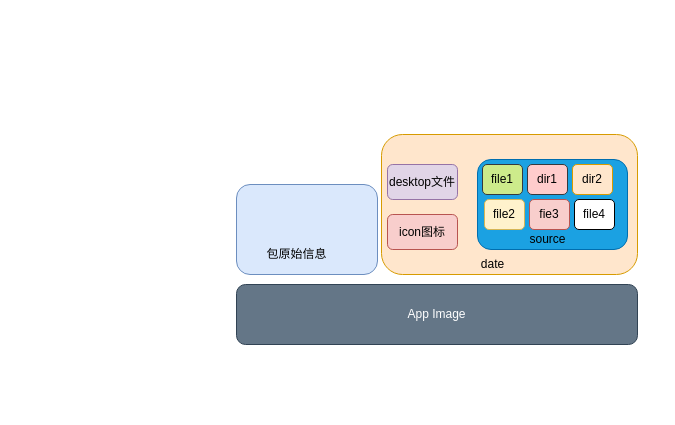
Earlier version of the draw.io diagram lmgpackage.drawio (Doorer/draw.io-1). Source tidied: cells renumbered, new cells numbered last; positions are measured from the earlier drawing's top-left corner, leaving out a move shared by most shapes. Both pictures are drawn from the tidied source at 100%, with x=0, y=0 at pixel (236, 134).
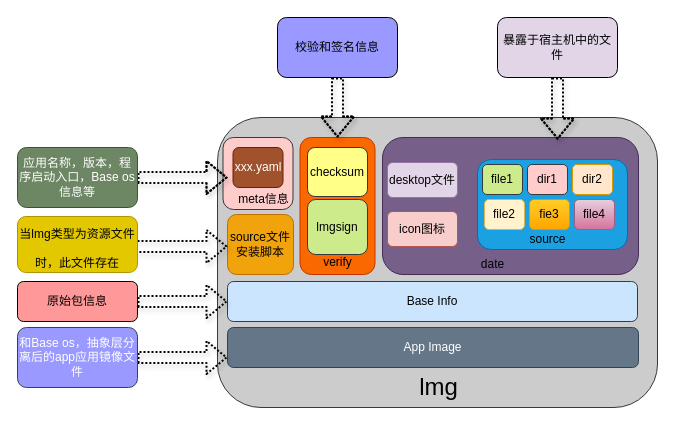
The same page after the edit.

The edit, as a diff of the source:
```diff
@@
+    <mxCell id="17" style="rounded=1;whiteSpace=wrap;html=1;fillColor=#CCCCCC;strokeColor=#36393d;" parent="1" vertex="1">
+      <mxGeometry x="-19" y="-17" width="440" height="290" as="geometry" />
+    </mxCell>
+    <mxCell id="18" value="Base Info" style="rounded=1;whiteSpace=wrap;html=1;fillColor=#cce5ff;strokeColor=#36393d;" parent="1" vertex="1">
+      <mxGeometry x="-9" y="147" width="410" height="40" as="geometry" />
+    </mxCell>
     <mxCell id="2" value="App Image" style="rounded=1;whiteSpace=wrap;html=1;fillColor=#647687;strokeColor=#314354;fontColor=#ffffff;" parent="1" vertex="1">
-      <mxGeometry y="150" width="401" height="60" as="geometry" />
+      <mxGeometry x="-9" y="193" width="411" height="40" as="geometry" />
     </mxCell>
-    <mxCell id="3" style="rounded=1;whiteSpace=wrap;html=1;fillColor=#dae8fc;strokeColor=#6c8ebf;" parent="1" vertex="1">
-      <mxGeometry y="50" width="141" height="90" as="geometry" />
+    <mxCell id="3" style="rounded=1;whiteSpace=wrap;html=1;fillColor=#ffcccc;strokeColor=#36393d;" parent="1" vertex="1">
+      <mxGeometry x="-13.5" y="3" width="70" height="72" as="geometry" />
     </mxCell>
-    <mxCell id="4" style="rounded=1;whiteSpace=wrap;html=1;fillColor=#ffe6cc;strokeColor=#d79b00;" parent="1" vertex="1">
-      <mxGeometry x="145" width="256" height="140" as="geometry" />
+    <mxCell id="4" style="rounded=1;whiteSpace=wrap;html=1;fillColor=#76608a;strokeColor=#432D57;fontColor=#ffffff;" parent="1" vertex="1">
+      <mxGeometry x="146" y="3" width="256" height="137" as="geometry" />
     </mxCell>
-    <mxCell id="5" value="包原始信息" style="text;html=1;align=center;verticalAlign=middle;fillColor=none;strokeColor=none;rounded=0;" parent="1" vertex="1">
-      <mxGeometry x="20" y="110" width="80" height="20" as="geometry" />
+    <mxCell id="5" value="meta信息" style="text;html=1;align=center;verticalAlign=middle;fillColor=none;strokeColor=none;rounded=0;" parent="1" vertex="1">
+      <mxGeometry x="-8.5" y="55" width="70" height="20" as="geometry" />
     </mxCell>
@@
     <mxCell id="9" value="icon图标" style="rounded=1;whiteSpace=wrap;html=1;fillColor=#f8cecc;strokeColor=#b85450;" parent="1" vertex="1">
-      <mxGeometry x="151" y="80" width="70" height="35" as="geometry" />
+      <mxGeometry x="151" y="77" width="70" height="35" as="geometry" />
     </mxCell>
     <mxCell id="10" value="desktop文件" style="rounded=1;whiteSpace=wrap;html=1;fillColor=#e1d5e7;strokeColor=#9673a6;" parent="1" vertex="1">
-      <mxGeometry x="151" y="30" width="70" height="35" as="geometry" />
+      <mxGeometry x="151" y="28" width="70" height="35" as="geometry" />
     </mxCell>
@@
-    <mxCell id="15" value="fie3" style="rounded=1;whiteSpace=wrap;html=1;fillColor=#f8cecc;strokeColor=#b85450;" parent="1" vertex="1">
+    <mxCell id="15" value="fie3" style="rounded=1;whiteSpace=wrap;html=1;fillColor=#ffcd28;strokeColor=#d79b00;gradientColor=#ffa500;" parent="1" vertex="1">
       <mxGeometry x="293" y="65" width="40" height="30" as="geometry" />
     </mxCell>
-    <mxCell id="16" value="file4" style="rounded=1;whiteSpace=wrap;html=1;" parent="1" vertex="1">
+    <mxCell id="16" value="file4" style="rounded=1;whiteSpace=wrap;html=1;fillColor=#e6d0de;gradientColor=#d5739d;strokeColor=#996185;" parent="1" vertex="1">
       <mxGeometry x="338" y="65" width="40" height="30" as="geometry" />
     </mxCell>
+    <mxCell id="19" value="xxx.yaml" style="rounded=1;whiteSpace=wrap;html=1;fillColor=#a0522d;fontColor=#ffffff;strokeColor=#6D1F00;" parent="1" vertex="1">
+      <mxGeometry x="-3.5" y="13" width="50" height="40" as="geometry" />
+    </mxCell>
+    <mxCell id="20" value="source文件安装脚本" style="rounded=1;whiteSpace=wrap;html=1;fillColor=#f0a30a;fontColor=#000000;strokeColor=#BD7000;" parent="1" vertex="1">
+      <mxGeometry x="-9" y="80" width="66" height="60" as="geometry" />
+    </mxCell>
+    <mxCell id="21" style="rounded=1;whiteSpace=wrap;html=1;fillColor=#fa6800;fontColor=#000000;strokeColor=#C73500;direction=south;" parent="1" vertex="1">
+      <mxGeometry x="63.5" y="3" width="75" height="137" as="geometry" />
+    </mxCell>
+    <mxCell id="22" value="verify" style="text;html=1;align=center;verticalAlign=middle;fillColor=none;strokeColor=none;rounded=0;" parent="1" vertex="1">
+      <mxGeometry x="81" y="118" width="40" height="20" as="geometry" />
+    </mxCell>
+    <mxCell id="23" value="checksum" style="rounded=1;whiteSpace=wrap;html=1;fillColor=#ffff88;strokeColor=#36393d;" parent="1" vertex="1">
+      <mxGeometry x="71" y="13" width="60" height="49" as="geometry" />
+    </mxCell>
+    <mxCell id="24" value="lmgsign" style="rounded=1;whiteSpace=wrap;html=1;fillColor=#cdeb8b;strokeColor=#36393d;" parent="1" vertex="1">
+      <mxGeometry x="71" y="65" width="60" height="55" as="geometry" />
+    </mxCell>
+    <mxCell id="25" value="&lt;font style=&quot;font-size: 24px&quot;&gt;lmg&lt;/font&gt;" style="text;html=1;align=center;verticalAlign=middle;fillColor=none;strokeColor=none;rounded=0;" parent="1" vertex="1">
+      <mxGeometry x="176.5" y="243" width="50" height="20" as="geometry" />
+    </mxCell>
+    <mxCell id="26" style="edgeStyle=orthogonalEdgeStyle;shape=flexArrow;rounded=1;sketch=0;orthogonalLoop=1;jettySize=auto;html=1;shadow=1;fontSize=12;strokeWidth=2;fillColor=none;entryX=0;entryY=0.617;entryDx=0;entryDy=0;entryPerimeter=0;dashed=1;dashPattern=1 1;" parent="1" edge="1">
+      <mxGeometry relative="1" as="geometry">
+        <mxPoint x="-129" y="112" as="sourcePoint" />
+        <mxPoint x="-9" y="112" as="targetPoint" />
+      </mxGeometry>
+    </mxCell>
+    <mxCell id="27" value="&lt;font style=&quot;font-size: 12px&quot;&gt;当lmg类型为资源文件时，此文件存在&lt;/font&gt;" style="rounded=1;whiteSpace=wrap;html=1;fontSize=24;fillColor=#e3c800;fontColor=#000000;strokeColor=#B09500;" parent="1" vertex="1">
+      <mxGeometry x="-219" y="82" width="120" height="56" as="geometry" />
+    </mxCell>
+    <mxCell id="28" value="原始包信息" style="rounded=1;whiteSpace=wrap;html=1;fontSize=12;fillColor=#FF9999;" parent="1" vertex="1">
+      <mxGeometry x="-219" y="147" width="120" height="40" as="geometry" />
+    </mxCell>
+    <mxCell id="29" style="shape=flexArrow;endArrow=classic;html=1;rounded=1;shadow=1;sketch=0;fontSize=12;strokeWidth=2;fillColor=none;entryX=0;entryY=0.5;entryDx=0;entryDy=0;edgeStyle=orthogonalEdgeStyle;dashed=1;dashPattern=1 1;exitX=1;exitY=0.5;exitDx=0;exitDy=0;" parent="1" edge="1" source="28" target="18">
+      <mxGeometry relative="1" as="geometry" />
+    </mxCell>
+    <mxCell id="30" style="edgeStyle=orthogonalEdgeStyle;shape=flexArrow;rounded=1;sketch=0;jettySize=auto;html=1;shadow=1;dashed=1;dashPattern=1 1;fontSize=12;strokeWidth=2;fillColor=none;" parent="1" edge="1" source="31">
+      <mxGeometry relative="1" as="geometry">
+        <mxPoint x="-9" y="43" as="targetPoint" />
+      </mxGeometry>
+    </mxCell>
+    <mxCell id="31" value="应用名称，版本，程序启动入口，Base os信息等" style="rounded=1;whiteSpace=wrap;html=1;fontSize=12;fillColor=#6d8764;fontColor=#ffffff;strokeColor=#3A5431;" parent="1" vertex="1">
+      <mxGeometry x="-219" y="13" width="120" height="60" as="geometry" />
+    </mxCell>
+    <mxCell id="32" style="edgeStyle=orthogonalEdgeStyle;shape=flexArrow;rounded=1;sketch=0;jettySize=auto;html=1;shadow=1;dashed=1;dashPattern=1 1;fontSize=12;strokeWidth=2;fillColor=none;" parent="1" edge="1" source="33" target="2">
+      <mxGeometry relative="1" as="geometry">
+        <Array as="points">
+          <mxPoint x="-109" y="213" />
+          <mxPoint x="-109" y="213" />
+        </Array>
+      </mxGeometry>
+    </mxCell>
+    <mxCell id="33" value="和Base os，抽象层分离后的app应用镜像文件" style="rounded=1;whiteSpace=wrap;html=1;fontSize=12;fillColor=#9999FF;fontColor=#ffffff;strokeColor=#314354;" parent="1" vertex="1">
+      <mxGeometry x="-219" y="193" width="120" height="60" as="geometry" />
+    </mxCell>
+    <mxCell id="34" style="edgeStyle=orthogonalEdgeStyle;shape=flexArrow;rounded=1;sketch=0;jettySize=auto;html=1;shadow=1;dashed=1;dashPattern=1 1;fontSize=12;strokeWidth=2;fillColor=none;" parent="1" edge="1" source="35">
+      <mxGeometry relative="1" as="geometry">
+        <mxPoint x="101" y="3" as="targetPoint" />
+      </mxGeometry>
+    </mxCell>
+    <mxCell id="35" value="校验和签名信息" style="rounded=1;whiteSpace=wrap;html=1;fontSize=12;fillColor=#9999FF;" parent="1" vertex="1">
+      <mxGeometry x="41" y="-117" width="120" height="60" as="geometry" />
+    </mxCell>
+    <mxCell id="36" style="edgeStyle=orthogonalEdgeStyle;shape=flexArrow;rounded=1;sketch=0;jettySize=auto;html=1;shadow=1;dashed=1;dashPattern=1 1;fontSize=12;strokeWidth=2;fillColor=none;entryX=0.684;entryY=0.015;entryDx=0;entryDy=0;entryPerimeter=0;" parent="1" edge="1" source="37" target="4">
+      <mxGeometry relative="1" as="geometry" />
+    </mxCell>
+    <mxCell id="37" value="暴露于宿主机中的文件" style="rounded=1;whiteSpace=wrap;html=1;fontSize=12;fillColor=#E1D5E7;" parent="1" vertex="1">
+      <mxGeometry x="261" y="-117" width="120" height="60" as="geometry" />
+    </mxCell>
```
